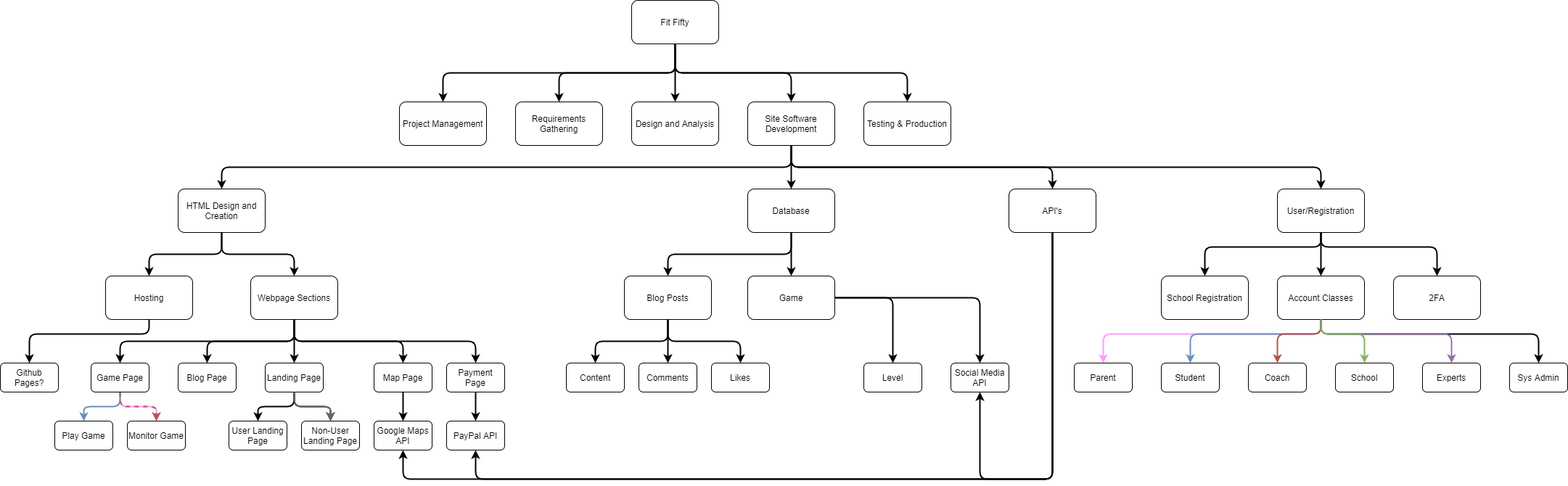
This is Deliverables/Week_5/Work Breakdown Structure.png from Hanandrof/Group-3-Repository, a draw.io export, as it was before one commit. Source tidied: cells renumbered, new cells last; positions are measured from the earlier drawing's top-left corner, leaving out a move shared by most shapes.
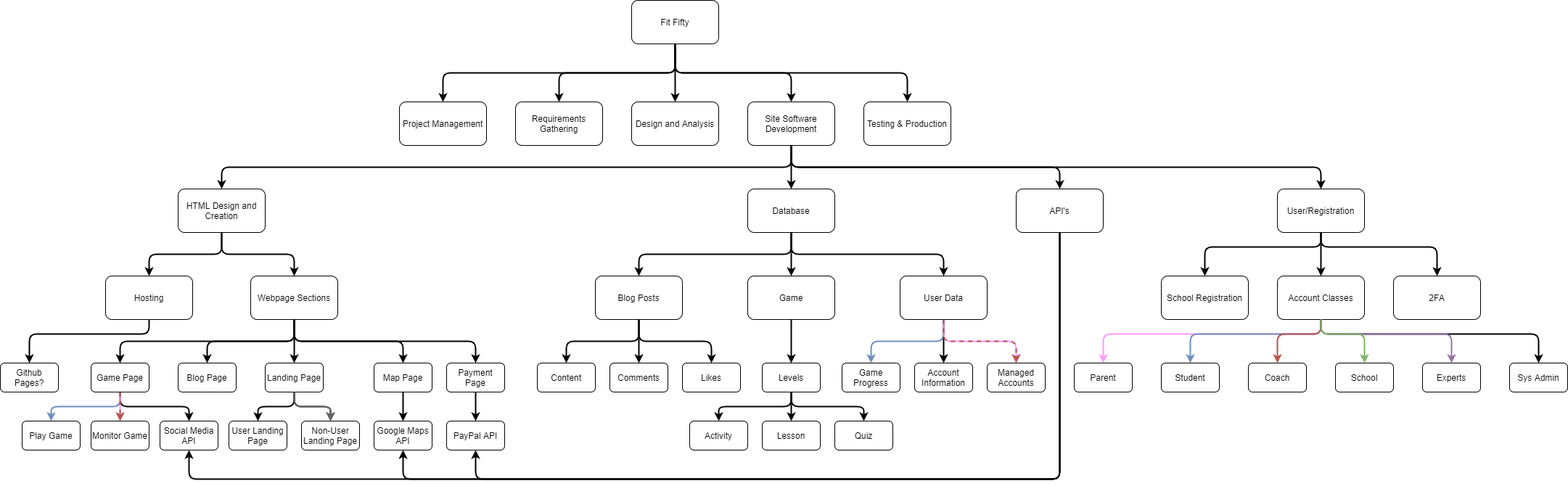
After the commit.

The edit, as a diff of the source:
```diff
@@ -2,6 +2,21 @@
   <root>
     <mxCell id="0" />
     <mxCell id="1" parent="0" />
+    <mxCell id="86" style="edgeStyle=orthogonalEdgeStyle;rounded=1;jettySize=auto;html=1;exitX=0.5;exitY=1;exitDx=0;exitDy=0;entryX=0.5;entryY=0;entryDx=0;entryDy=0;strokeWidth=2;fillColor=#dae8fc;strokeColor=#6c8ebf;" parent="1" edge="1" source="98" target="99">
+      <mxGeometry relative="1" as="geometry" />
+    </mxCell>
+    <mxCell id="87" style="edgeStyle=orthogonalEdgeStyle;rounded=1;jettySize=auto;html=1;exitX=0.5;exitY=1;exitDx=0;exitDy=0;strokeWidth=2;" parent="1" edge="1" source="98" target="101">
+      <mxGeometry relative="1" as="geometry" />
+    </mxCell>
+    <mxCell id="88" style="edgeStyle=orthogonalEdgeStyle;rounded=1;jettySize=auto;html=1;exitX=0.5;exitY=1;exitDx=0;exitDy=0;entryX=0.5;entryY=0;entryDx=0;entryDy=0;strokeWidth=2;strokeColor=#FF99FF;" parent="1" edge="1" source="98" target="100">
+      <mxGeometry relative="1" as="geometry" />
+    </mxCell>
+    <mxCell id="36" style="edgeStyle=orthogonalEdgeStyle;rounded=1;jettySize=auto;html=1;entryX=0.5;entryY=0;entryDx=0;entryDy=0;strokeWidth=2;exitX=0.5;exitY=1;exitDx=0;exitDy=0;fillColor=#dae8fc;strokeColor=#6c8ebf;" parent="1" edge="1" source="38" target="73">
+      <mxGeometry relative="1" as="geometry" />
+    </mxCell>
+    <mxCell id="89" style="edgeStyle=orthogonalEdgeStyle;rounded=1;jettySize=auto;html=1;exitX=0.5;exitY=1;exitDx=0;exitDy=0;entryX=0.5;entryY=0;entryDx=0;entryDy=0;strokeWidth=2;" parent="1" edge="1" source="38" target="43">
+      <mxGeometry relative="1" as="geometry" />
+    </mxCell>
     <mxCell id="2" style="edgeStyle=orthogonalEdgeStyle;rounded=1;jumpStyle=none;jettySize=auto;html=1;exitX=0.5;exitY=1;exitDx=0;exitDy=0;entryX=0.5;entryY=0;entryDx=0;entryDy=0;fillColor=#ffcccc;strokeColor=#FF99FF;strokeWidth=2;" parent="1" edge="1" source="38" target="74">
       <mxGeometry relative="1" as="geometry" />
     </mxCell>
@@ -127,17 +142,14 @@
     <mxCell id="21" value="Webpage Sections" style="rounded=1;whiteSpace=wrap;html=1;" parent="1" vertex="1">
       <mxGeometry x="345" y="380" width="120" height="60" as="geometry" />
     </mxCell>
-    <mxCell id="22" style="edgeStyle=orthogonalEdgeStyle;rounded=1;jettySize=auto;html=1;entryX=0.5;entryY=0;entryDx=0;entryDy=0;strokeWidth=2;" parent="1" edge="1" source="24" target="42">
+    <mxCell id="22" style="edgeStyle=orthogonalEdgeStyle;rounded=1;jettySize=auto;html=1;entryX=0.5;entryY=0;entryDx=0;entryDy=0;strokeWidth=2;exitX=0.5;exitY=1;exitDx=0;exitDy=0;" parent="1" edge="1" source="24" target="42">
       <mxGeometry relative="1" as="geometry" />
     </mxCell>
-    <mxCell id="23" style="edgeStyle=orthogonalEdgeStyle;rounded=1;jettySize=auto;html=1;entryX=0.5;entryY=0;entryDx=0;entryDy=0;strokeWidth=2;" parent="1" edge="1" source="24" target="43">
-      <mxGeometry relative="1" as="geometry" />
-    </mxCell>
     <mxCell id="24" value="Game" style="rounded=1;whiteSpace=wrap;html=1;" parent="1" vertex="1">
       <mxGeometry x="1030" y="380" width="120" height="60" as="geometry" />
     </mxCell>
     <mxCell id="25" value="Blog Posts" style="rounded=1;whiteSpace=wrap;html=1;" parent="1" vertex="1">
-      <mxGeometry x="860" y="380" width="120" height="60" as="geometry" />
+      <mxGeometry x="820" y="380" width="120" height="60" as="geometry" />
     </mxCell>
     <mxCell id="26" value="Parent" style="rounded=1;whiteSpace=wrap;html=1;" parent="1" vertex="1">
       <mxGeometry x="1480" y="500" width="80" height="40" as="geometry" />
@@ -174,9 +186,6 @@
     <mxCell id="35" value="Landing Page" style="rounded=1;whiteSpace=wrap;html=1;" parent="1" vertex="1">
       <mxGeometry x="365" y="500" width="80" height="40" as="geometry" />
     </mxCell>
-    <mxCell id="36" style="edgeStyle=orthogonalEdgeStyle;rounded=1;jettySize=auto;html=1;entryX=0.5;entryY=0;entryDx=0;entryDy=0;strokeWidth=2;exitX=0.5;exitY=1;exitDx=0;exitDy=0;fillColor=#dae8fc;strokeColor=#6c8ebf;" parent="1" edge="1" source="38" target="73">
-      <mxGeometry relative="1" as="geometry" />
-    </mxCell>
     <mxCell id="37" style="edgeStyle=orthogonalEdgeStyle;rounded=1;jettySize=auto;html=1;entryX=0.5;entryY=0;entryDx=0;entryDy=0;strokeWidth=2;fillColor=#f8cecc;strokeColor=#b85450;jumpStyle=none;dashed=1;" parent="1" edge="1" source="38" target="74">
       <mxGeometry relative="1" as="geometry" />
     </mxCell>
@@ -192,33 +201,39 @@
     <mxCell id="41" value="Map Page" style="rounded=1;whiteSpace=wrap;html=1;" parent="1" vertex="1">
       <mxGeometry x="515" y="500" width="80" height="40" as="geometry" />
     </mxCell>
+    <mxCell id="90" style="edgeStyle=orthogonalEdgeStyle;rounded=1;jettySize=auto;html=1;exitX=0.5;exitY=1;exitDx=0;exitDy=0;entryX=0.5;entryY=0;entryDx=0;entryDy=0;strokeWidth=2;" parent="1" edge="1" source="42" target="94">
+      <mxGeometry relative="1" as="geometry" />
+    </mxCell>
+    <mxCell id="91" style="edgeStyle=orthogonalEdgeStyle;rounded=1;jettySize=auto;html=1;exitX=0.5;exitY=1;exitDx=0;exitDy=0;entryX=0.5;entryY=0;entryDx=0;entryDy=0;strokeWidth=2;" parent="1" edge="1" source="42" target="96">
+      <mxGeometry relative="1" as="geometry" />
+    </mxCell>
+    <mxCell id="92" style="edgeStyle=orthogonalEdgeStyle;rounded=1;jettySize=auto;html=1;exitX=0.5;exitY=1;exitDx=0;exitDy=0;entryX=0.5;entryY=0;entryDx=0;entryDy=0;strokeWidth=2;" parent="1" edge="1" source="42" target="95">
+      <mxGeometry relative="1" as="geometry" />
+    </mxCell>
-    <mxCell id="42" value="Level" style="rounded=1;whiteSpace=wrap;html=1;" parent="1" vertex="1">
-      <mxGeometry x="1190" y="500" width="80" height="40" as="geometry" />
+    <mxCell id="42" value="Levels" style="rounded=1;whiteSpace=wrap;html=1;" parent="1" vertex="1">
+      <mxGeometry x="1050" y="500" width="80" height="40" as="geometry" />
     </mxCell>
-    <mxCell id="43" value="Social Media API" style="rounded=1;whiteSpace=wrap;html=1;" parent="1" vertex="1">
-      <mxGeometry x="1310" y="500" width="80" height="40" as="geometry" />
-    </mxCell>
     <mxCell id="44" style="edgeStyle=orthogonalEdgeStyle;rounded=1;jettySize=auto;html=1;entryX=0.5;entryY=0;entryDx=0;entryDy=0;strokeWidth=2;exitX=0.5;exitY=1;exitDx=0;exitDy=0;" parent="1" edge="1" source="25" target="46">
       <mxGeometry relative="1" as="geometry">
         <Array as="points">
-          <mxPoint x="920" y="470" />
-          <mxPoint x="820" y="470" />
+          <mxPoint x="880" y="470" />
+          <mxPoint x="780" y="470" />
         </Array>
       </mxGeometry>
     </mxCell>
     <mxCell id="45" style="edgeStyle=orthogonalEdgeStyle;rounded=1;jettySize=auto;html=1;strokeWidth=2;exitX=0.5;exitY=1;exitDx=0;exitDy=0;entryX=0.5;entryY=0;entryDx=0;entryDy=0;" parent="1" edge="1" source="25" target="47">
       <mxGeometry relative="1" as="geometry">
         <Array as="points">
-          <mxPoint x="920" y="470" />
-          <mxPoint x="1020" y="470" />
+          <mxPoint x="880" y="470" />
+          <mxPoint x="980" y="470" />
         </Array>
       </mxGeometry>
     </mxCell>
     <mxCell id="46" value="Content" style="rounded=1;whiteSpace=wrap;html=1;" parent="1" vertex="1">
-      <mxGeometry x="780" y="500" width="80" height="40" as="geometry" />
+      <mxGeometry x="740" y="500" width="80" height="40" as="geometry" />
     </mxCell>
     <mxCell id="47" value="Likes" style="rounded=1;whiteSpace=wrap;html=1;" parent="1" vertex="1">
-      <mxGeometry x="980" y="500" width="80" height="40" as="geometry" />
+      <mxGeometry x="940" y="500" width="80" height="40" as="geometry" />
     </mxCell>
     <mxCell id="48" value="Google Maps API" style="rounded=1;whiteSpace=wrap;html=1;" parent="1" vertex="1">
       <mxGeometry x="515" y="580" width="80" height="40" as="geometry" />
@@ -236,7 +251,7 @@
       <mxGeometry relative="1" as="geometry">
         <Array as="points">
           <mxPoint x="1090" y="230" />
-          <mxPoint x="1450" y="230" />
+          <mxPoint x="1460" y="230" />
         </Array>
       </mxGeometry>
     </mxCell>
@@ -296,12 +311,12 @@
     <mxCell id="64" value="User/Registration" style="rounded=1;whiteSpace=wrap;html=1;" parent="1" vertex="1">
       <mxGeometry x="1760" y="260" width="120" height="60" as="geometry" />
     </mxCell>
-    <mxCell id="65" style="edgeStyle=orthogonalEdgeStyle;rounded=1;jettySize=auto;html=1;strokeColor=#000000;strokeWidth=2;" parent="1" edge="1" target="25">
+    <mxCell id="65" style="edgeStyle=orthogonalEdgeStyle;rounded=1;jettySize=auto;html=1;strokeColor=#000000;strokeWidth=2;entryX=0.5;entryY=0;entryDx=0;entryDy=0;" parent="1" edge="1" target="25">
       <mxGeometry relative="1" as="geometry">
         <mxPoint x="1090" y="320" as="sourcePoint" />
         <Array as="points">
           <mxPoint x="1090" y="350" />
-          <mxPoint x="920" y="350" />
+          <mxPoint x="880" y="350" />
         </Array>
       </mxGeometry>
     </mxCell>
@@ -313,21 +328,24 @@
         </Array>
       </mxGeometry>
     </mxCell>
+    <mxCell id="93" style="edgeStyle=orthogonalEdgeStyle;rounded=1;jettySize=auto;html=1;exitX=0.5;exitY=1;exitDx=0;exitDy=0;strokeWidth=2;" parent="1" edge="1" source="67" target="98">
+      <mxGeometry relative="1" as="geometry" />
+    </mxCell>
     <mxCell id="67" value="Database" style="rounded=1;whiteSpace=wrap;html=1;" parent="1" vertex="1">
       <mxGeometry x="1030" y="260" width="120" height="60" as="geometry" />
     </mxCell>
     <mxCell id="68" style="edgeStyle=orthogonalEdgeStyle;rounded=1;jettySize=auto;html=1;strokeWidth=2;entryX=0.5;entryY=1;entryDx=0;entryDy=0;" parent="1" edge="1" source="71" target="43">
       <mxGeometry relative="1" as="geometry">
         <Array as="points">
-          <mxPoint x="1450" y="660" />
-          <mxPoint x="1350" y="660" />
+          <mxPoint x="1460" y="660" />
+          <mxPoint x="260" y="660" />
         </Array>
       </mxGeometry>
     </mxCell>
     <mxCell id="69" style="edgeStyle=orthogonalEdgeStyle;rounded=1;jettySize=auto;html=1;entryX=0.5;entryY=1;entryDx=0;entryDy=0;strokeWidth=2;" parent="1" edge="1" source="71" target="48">
       <mxGeometry relative="1" as="geometry">
         <Array as="points">
-          <mxPoint x="1450" y="660" />
+          <mxPoint x="1460" y="660" />
           <mxPoint x="555" y="660" />
         </Array>
       </mxGeometry>
@@ -335,22 +353,23 @@
     <mxCell id="70" style="edgeStyle=orthogonalEdgeStyle;rounded=1;jettySize=auto;html=1;strokeWidth=2;entryX=0.5;entryY=1;entryDx=0;entryDy=0;exitX=0.5;exitY=1;exitDx=0;exitDy=0;" parent="1" edge="1" source="71" target="79">
       <mxGeometry relative="1" as="geometry">
         <Array as="points">
-          <mxPoint x="1450" y="660" />
+          <mxPoint x="1460" y="320" />
+          <mxPoint x="1460" y="660" />
           <mxPoint x="655" y="660" />
         </Array>
       </mxGeometry>
     </mxCell>
     <mxCell id="71" value="API's" style="rounded=1;whiteSpace=wrap;html=1;" parent="1" vertex="1">
-      <mxGeometry x="1390" y="260" width="120" height="60" as="geometry" />
+      <mxGeometry x="1400" y="260" width="120" height="60" as="geometry" />
     </mxCell>
     <mxCell id="72" value="User Landing Page" style="rounded=1;whiteSpace=wrap;html=1;" parent="1" vertex="1">
       <mxGeometry x="315" y="580" width="80" height="40" as="geometry" />
     </mxCell>
     <mxCell id="73" value="Play Game" style="rounded=1;whiteSpace=wrap;html=1;" parent="1" vertex="1">
-      <mxGeometry x="75" y="580" width="80" height="40" as="geometry" />
+      <mxGeometry x="30" y="580" width="80" height="40" as="geometry" />
     </mxCell>
     <mxCell id="74" value="Monitor Game" style="rounded=1;whiteSpace=wrap;html=1;" parent="1" vertex="1">
-      <mxGeometry x="175" y="580" width="80" height="40" as="geometry" />
+      <mxGeometry x="125" y="580" width="80" height="40" as="geometry" />
     </mxCell>
     <mxCell id="75" value="School Registration" style="rounded=1;whiteSpace=wrap;html=1;" parent="1" vertex="1">
       <mxGeometry x="1600" y="380" width="120" height="60" as="geometry" />
@@ -395,10 +414,37 @@
       </mxGeometry>
     </mxCell>
     <mxCell id="84" value="Comments" style="rounded=1;whiteSpace=wrap;html=1;" parent="1" vertex="1">
-      <mxGeometry x="880" y="500" width="80" height="40" as="geometry" />
+      <mxGeometry x="840" y="500" width="80" height="40" as="geometry" />
     </mxCell>
     <mxCell id="85" style="edgeStyle=orthogonalEdgeStyle;rounded=1;jettySize=auto;html=1;strokeWidth=2;exitX=0.5;exitY=1;exitDx=0;exitDy=0;" parent="1" edge="1" source="25" target="84">
       <mxGeometry relative="1" as="geometry" />
     </mxCell>
+    <mxCell id="43" value="Social Media API" style="rounded=1;whiteSpace=wrap;html=1;" parent="1" vertex="1">
+      <mxGeometry x="220" y="580" width="80" height="40" as="geometry" />
+    </mxCell>
+    <mxCell id="94" value="Activity" style="rounded=1;whiteSpace=wrap;html=1;" parent="1" vertex="1">
+      <mxGeometry x="950" y="580" width="80" height="40" as="geometry" />
+    </mxCell>
+    <mxCell id="95" value="Quiz" style="rounded=1;whiteSpace=wrap;html=1;" parent="1" vertex="1">
+      <mxGeometry x="1150" y="580" width="80" height="40" as="geometry" />
+    </mxCell>
+    <mxCell id="96" value="Lesson" style="rounded=1;whiteSpace=wrap;html=1;" parent="1" vertex="1">
+      <mxGeometry x="1050" y="580" width="80" height="40" as="geometry" />
+    </mxCell>
+    <mxCell id="97" style="edgeStyle=orthogonalEdgeStyle;rounded=1;jettySize=auto;html=1;exitX=0.5;exitY=1;exitDx=0;exitDy=0;entryX=0.5;entryY=0;entryDx=0;entryDy=0;strokeWidth=2;dashed=1;fillColor=#f8cecc;strokeColor=#b85450;" parent="1" edge="1" source="98" target="100">
+      <mxGeometry relative="1" as="geometry" />
+    </mxCell>
+    <mxCell id="98" value="User Data" style="rounded=1;whiteSpace=wrap;html=1;" parent="1" vertex="1">
+      <mxGeometry x="1240" y="380" width="120" height="60" as="geometry" />
+    </mxCell>
+    <mxCell id="99" value="Game Progress" style="rounded=1;whiteSpace=wrap;html=1;" parent="1" vertex="1">
+      <mxGeometry x="1160" y="500" width="80" height="40" as="geometry" />
+    </mxCell>
+    <mxCell id="100" value="Managed Accounts" style="rounded=1;whiteSpace=wrap;html=1;" parent="1" vertex="1">
+      <mxGeometry x="1360" y="500" width="80" height="40" as="geometry" />
+    </mxCell>
+    <mxCell id="101" value="Account Information" style="rounded=1;whiteSpace=wrap;html=1;" parent="1" vertex="1">
+      <mxGeometry x="1260" y="500" width="80" height="40" as="geometry" />
+    </mxCell>
   </root>
 </mxGraphModel>
```
